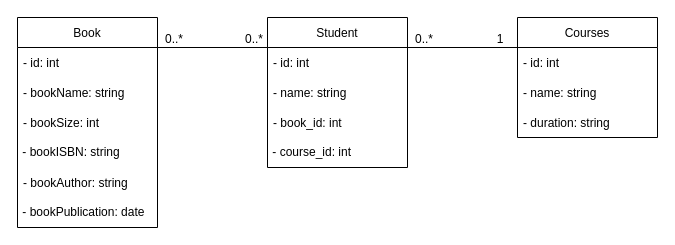
This is HomeWorkJDBC.drawio from vitko5/HomeWorkJDBC, a draw.io file, before an edit. Source tidied: cells renumbered, new cells numbered last; positions are measured from the earlier drawing's top-left corner, leaving out a move shared by most shapes. Both pictures are drawn from the tidied source at 100%, with x=0, y=0 at pixel (17, 17).
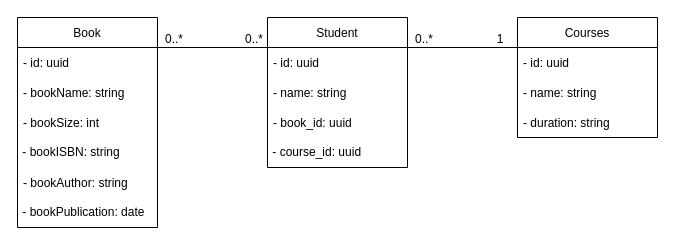
The same diagram, later.

Unchanged cells that the change refers to:
```xml
<mxCell id="2" value="Book" style="swimlane;fontStyle=0;horizontal=1;startSize=30;" parent="1" vertex="1">
  <mxGeometry width="140" height="210" as="geometry" />
</mxCell>
<mxCell id="9" value="Student" style="swimlane;fontStyle=0;horizontal=1;startSize=30;" parent="1" vertex="1">
  <mxGeometry x="250" width="140" height="150" as="geometry" />
</mxCell>
<mxCell id="17" value="Courses" style="swimlane;fontStyle=0;horizontal=1;startSize=30;" parent="1" vertex="1">
  <mxGeometry x="500" width="140" height="120" as="geometry" />
</mxCell>
```

What changed in the source:
```diff
@@
-    <mxCell id="3" value="- id: int" style="text;strokeColor=none;fillColor=none;align=left;verticalAlign=middle;spacingLeft=4;spacingRight=4;overflow=hidden;" parent="2" vertex="1">
+    <mxCell id="3" value="- id: uuid" style="text;strokeColor=none;fillColor=none;align=left;verticalAlign=middle;spacingLeft=4;spacingRight=4;overflow=hidden;" parent="2" vertex="1">
       <mxGeometry y="30" width="140" height="30" as="geometry" />
     </mxCell>
@@
-    <mxCell id="10" value="- id: int" style="text;strokeColor=none;fillColor=none;align=left;verticalAlign=middle;spacingLeft=4;spacingRight=4;overflow=hidden;" parent="9" vertex="1">
+    <mxCell id="10" value="- id: uuid" style="text;strokeColor=none;fillColor=none;align=left;verticalAlign=middle;spacingLeft=4;spacingRight=4;overflow=hidden;" parent="9" vertex="1">
       <mxGeometry y="30" width="140" height="30" as="geometry" />
     </mxCell>
@@
-    <mxCell id="12" value="- book_id: int" style="text;strokeColor=none;fillColor=none;align=left;verticalAlign=middle;spacingLeft=4;spacingRight=4;overflow=hidden;" parent="9" vertex="1">
+    <mxCell id="12" value="- book_id: uuid" style="text;strokeColor=none;fillColor=none;align=left;verticalAlign=middle;spacingLeft=4;spacingRight=4;overflow=hidden;" parent="9" vertex="1">
       <mxGeometry y="90" width="140" height="30" as="geometry" />
     </mxCell>
-    <mxCell id="13" value="&lt;div align=&quot;left&quot;&gt;&amp;nbsp;- course_id: int&lt;br&gt;&lt;/div&gt;" style="text;html=1;strokeColor=none;fillColor=none;align=left;verticalAlign=middle;whiteSpace=wrap;rounded=0;" parent="9" vertex="1">
+    <mxCell id="13" value="&lt;div align=&quot;left&quot;&gt;&amp;nbsp;- course_id: uuid&lt;br&gt;&lt;/div&gt;" style="text;html=1;strokeColor=none;fillColor=none;align=left;verticalAlign=middle;whiteSpace=wrap;rounded=0;" parent="9" vertex="1">
       <mxGeometry y="120" width="140" height="30" as="geometry" />
     </mxCell>
@@
-    <mxCell id="18" value="- id: int" style="text;strokeColor=none;fillColor=none;align=left;verticalAlign=middle;spacingLeft=4;spacingRight=4;overflow=hidden;" parent="17" vertex="1">
+    <mxCell id="18" value="- id: uuid" style="text;strokeColor=none;fillColor=none;align=left;verticalAlign=middle;spacingLeft=4;spacingRight=4;overflow=hidden;" parent="17" vertex="1">
       <mxGeometry y="30" width="140" height="30" as="geometry" />
     </mxCell>
```
